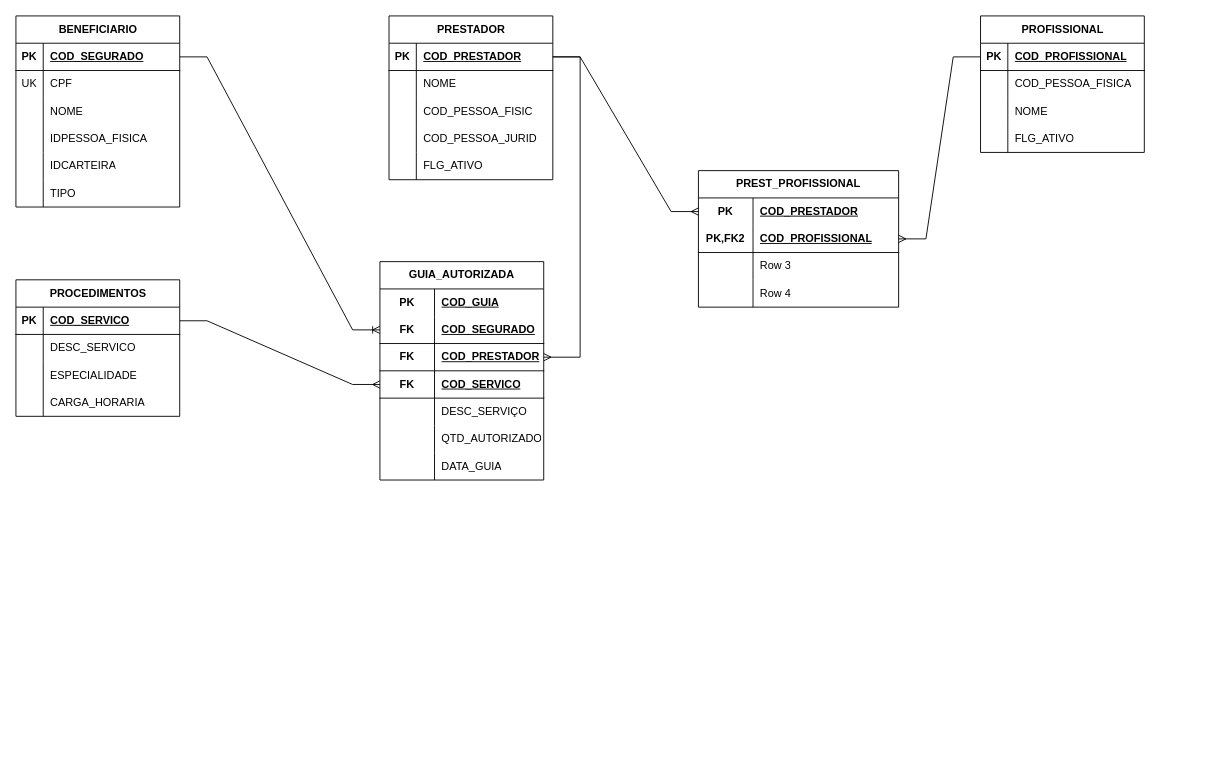
The draw.io diagram APP-TEA02.drawio in hugocesar975/Todos, before the edit. Source tidied: cells renumbered, new cells numbered last; positions are measured from the earlier drawing's top-left corner, leaving out a move shared by most shapes. Both pictures are drawn from the tidied source at 91%, with x=0, y=0 at pixel (15, 15).
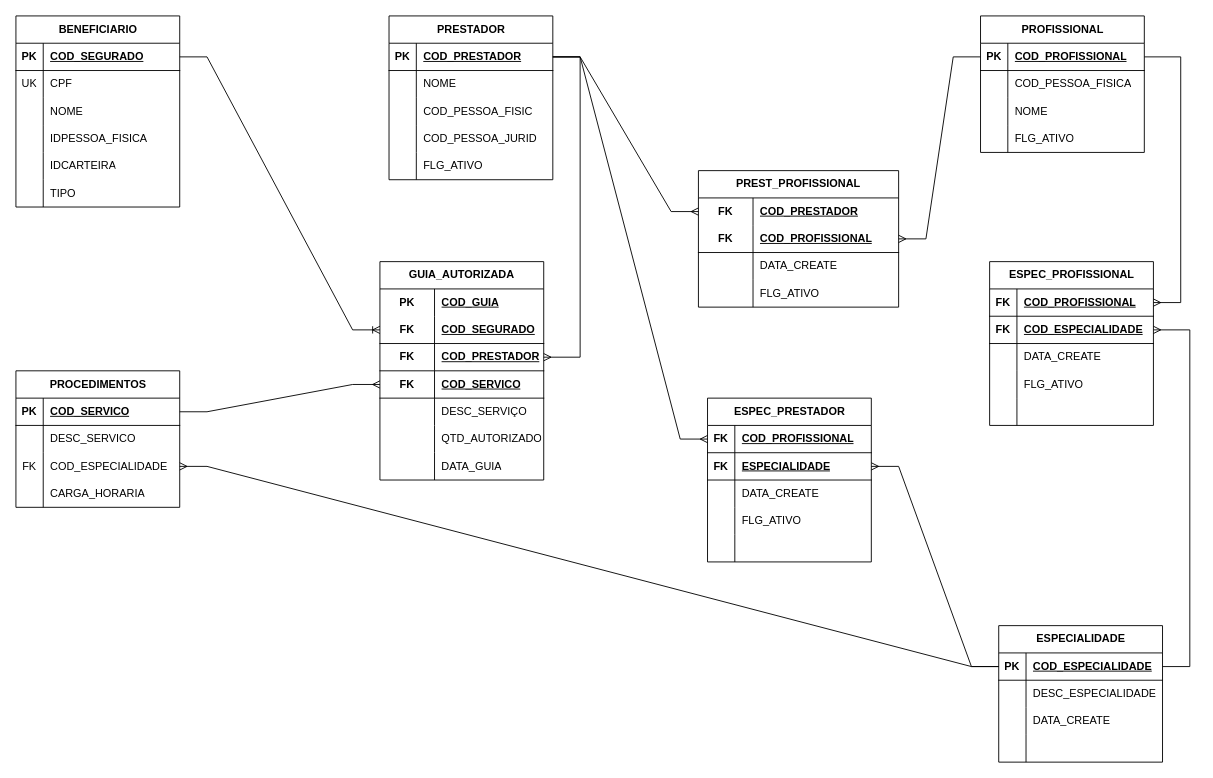
The same page after the edit.

The change refers to these unchanged cells:
```xml
<mxCell id="45" style="shape=tableRow;horizontal=0;startSize=0;swimlaneHead=0;swimlaneBody=0;fillColor=none;points=[[0,0.5],[1,0.5]];portConstraint=eastwest;top=0;left=0;right=0;bottom=1;" parent="44" vertex="1">
  <mxGeometry y="30" width="180" height="30" as="geometry" />
</mxCell>
<mxCell id="61" style="shape=tableRow;horizontal=0;startSize=0;swimlaneHead=0;swimlaneBody=0;fillColor=none;points=[[0,0.5],[1,0.5]];portConstraint=eastwest;top=0;left=0;right=0;bottom=1;" parent="60" vertex="1">
  <mxGeometry y="30" width="180" height="30" as="geometry" />
</mxCell>
<mxCell id="81" style="shape=tableRow;horizontal=0;startSize=0;swimlaneHead=0;swimlaneBody=0;fillColor=none;points=[[0,0.5],[1,0.5]];portConstraint=eastwest;top=0;left=0;right=0;bottom=0;" parent="74" vertex="1">
  <mxGeometry y="90" width="180" height="30" as="geometry" />
</mxCell>
<mxCell id="89" style="shape=tableRow;horizontal=0;startSize=0;swimlaneHead=0;swimlaneBody=0;fillColor=none;points=[[0,0.5],[1,0.5]];portConstraint=eastwest;top=0;left=0;right=0;bottom=0;html=1;" parent="88" vertex="1">
  <mxGeometry y="30" width="220" height="30" as="geometry" />
</mxCell>
<mxCell id="92" style="shape=tableRow;horizontal=0;startSize=0;swimlaneHead=0;swimlaneBody=0;fillColor=none;points=[[0,0.5],[1,0.5]];portConstraint=eastwest;top=0;left=0;right=0;bottom=1;html=1;" parent="88" vertex="1">
  <mxGeometry y="60" width="220" height="30" as="geometry" />
</mxCell>
<mxCell id="95" style="shape=tableRow;horizontal=0;startSize=0;swimlaneHead=0;swimlaneBody=0;fillColor=none;top=0;left=0;right=0;bottom=0;html=1;" parent="88" vertex="1">
  <mxGeometry y="90" width="220" height="30" as="geometry" />
</mxCell>
<mxCell id="98" style="shape=tableRow;horizontal=0;startSize=0;swimlaneHead=0;swimlaneBody=0;fillColor=none;top=0;left=0;right=0;bottom=0;html=1;" parent="88" vertex="1">
  <mxGeometry y="120" width="220" height="30" as="geometry" />
</mxCell>
```

Diff of the diagram source:
```diff
@@
+    <mxCell id="103" style="edgeStyle=entityRelationEdgeStyle;fontSize=12;html=1;endArrow=ERmany;rounded=0;" parent="1" edge="1" source="105" target="81">
+      <mxGeometry relative="1" as="geometry">
+        <Array as="points">
+          <mxPoint x="630" y="550" />
+          <mxPoint x="610" y="560" />
+        </Array>
+      </mxGeometry>
+    </mxCell>
@@
     <mxCell id="74" value="PROCEDIMENTOS" style="shape=table;startSize=30;childLayout=tableLayout;rowLines=0;fontStyle=1;align=center;html=1;" parent="1" vertex="1">
-      <mxGeometry y="290" width="180" height="150" as="geometry" />
+      <mxGeometry y="390" width="180" height="150" as="geometry" />
     </mxCell>
@@
-    <mxCell id="82" style="shape=partialRectangle;fillColor=none;top=0;left=0;bottom=0;right=0;overflow=hidden;whiteSpace=wrap;html=1;" parent="81" vertex="1">
+    <mxCell id="82" value="FK" style="shape=partialRectangle;fillColor=none;top=0;left=0;bottom=0;right=0;overflow=hidden;whiteSpace=wrap;html=1;" parent="81" vertex="1">
       <mxGeometry width="30" height="30" as="geometry" />
     </mxCell>
-    <mxCell id="83" value="ESPECIALIDADE" style="shape=partialRectangle;fillColor=none;top=0;left=0;bottom=0;right=0;align=left;spacingLeft=6;overflow=hidden;whiteSpace=wrap;html=1;" parent="81" vertex="1">
+    <mxCell id="83" value="COD_ESPECIALIDADE" style="shape=partialRectangle;fillColor=none;top=0;left=0;bottom=0;right=0;align=left;spacingLeft=6;overflow=hidden;whiteSpace=wrap;html=1;" parent="81" vertex="1">
       <mxGeometry x="30" width="150" height="30" as="geometry" />
     </mxCell>
@@
-    <mxCell id="90" value="PK" style="shape=partialRectangle;fillColor=none;top=0;left=0;bottom=0;right=0;fontStyle=1;overflow=hidden;html=1;whiteSpace=wrap;" parent="89" vertex="1">
+    <mxCell id="90" value="FK" style="shape=partialRectangle;fillColor=none;top=0;left=0;bottom=0;right=0;fontStyle=1;overflow=hidden;html=1;whiteSpace=wrap;" parent="89" vertex="1">
       <mxGeometry width="60" height="30" as="geometry" />
     </mxCell>
@@
-    <mxCell id="93" value="PK,FK2" style="shape=partialRectangle;fillColor=none;top=0;left=0;bottom=0;right=0;fontStyle=1;overflow=hidden;html=1;whiteSpace=wrap;" parent="92" vertex="1">
+    <mxCell id="93" value="FK" style="shape=partialRectangle;fillColor=none;top=0;left=0;bottom=0;right=0;fontStyle=1;overflow=hidden;html=1;whiteSpace=wrap;" parent="92" vertex="1">
       <mxGeometry width="60" height="30" as="geometry" />
     </mxCell>
@@
-    <mxCell id="97" value="Row 3" style="shape=partialRectangle;fillColor=none;top=0;left=0;bottom=0;right=0;align=left;spacingLeft=6;overflow=hidden;html=1;whiteSpace=wrap;" parent="95" vertex="1">
+    <mxCell id="97" value="DATA_CREATE" style="shape=partialRectangle;fillColor=none;top=0;left=0;bottom=0;right=0;align=left;spacingLeft=6;overflow=hidden;html=1;whiteSpace=wrap;" parent="95" vertex="1">
       <mxGeometry x="60" width="160" height="30" as="geometry" />
     </mxCell>
@@
-    <mxCell id="100" value="Row 4" style="shape=partialRectangle;fillColor=none;top=0;left=0;bottom=0;right=0;align=left;spacingLeft=6;overflow=hidden;html=1;whiteSpace=wrap;" parent="98" vertex="1">
+    <mxCell id="100" value="FLG_ATIVO" style="shape=partialRectangle;fillColor=none;top=0;left=0;bottom=0;right=0;align=left;spacingLeft=6;overflow=hidden;html=1;whiteSpace=wrap;" parent="98" vertex="1">
       <mxGeometry x="60" width="160" height="30" as="geometry" />
     </mxCell>
@@
+    <mxCell id="104" value="ESPECIALIDADE" style="shape=table;startSize=30;childLayout=tableLayout;rowLines=0;fontStyle=1;align=center;html=1;" parent="1" vertex="1">
+      <mxGeometry x="1080" y="670" width="180" height="150" as="geometry" />
+    </mxCell>
+    <mxCell id="105" style="shape=tableRow;horizontal=0;startSize=0;swimlaneHead=0;swimlaneBody=0;fillColor=none;points=[[0,0.5],[1,0.5]];portConstraint=eastwest;top=0;left=0;right=0;bottom=1;" parent="104" vertex="1">
+      <mxGeometry y="30" width="180" height="30" as="geometry" />
+    </mxCell>
+    <mxCell id="106" value="PK" style="shape=partialRectangle;fillColor=none;top=0;left=0;bottom=0;right=0;fontStyle=1;overflow=hidden;whiteSpace=wrap;html=1;" parent="105" vertex="1">
+      <mxGeometry width="30" height="30" as="geometry" />
+    </mxCell>
+    <mxCell id="107" value="COD_ESPECIALIDADE" style="shape=partialRectangle;fillColor=none;top=0;left=0;bottom=0;right=0;align=left;spacingLeft=6;fontStyle=5;overflow=hidden;whiteSpace=wrap;html=1;" parent="105" vertex="1">
+      <mxGeometry x="30" width="150" height="30" as="geometry" />
+    </mxCell>
+    <mxCell id="108" style="shape=tableRow;horizontal=0;startSize=0;swimlaneHead=0;swimlaneBody=0;fillColor=none;top=0;left=0;right=0;bottom=0;" parent="104" vertex="1">
+      <mxGeometry y="60" width="180" height="30" as="geometry" />
+    </mxCell>
+    <mxCell id="109" style="shape=partialRectangle;fillColor=none;top=0;left=0;bottom=0;right=0;overflow=hidden;whiteSpace=wrap;html=1;" parent="108" vertex="1">
+      <mxGeometry width="30" height="30" as="geometry" />
+    </mxCell>
+    <mxCell id="110" value="DESC_ESPECIALIDADE" style="shape=partialRectangle;fillColor=none;top=0;left=0;bottom=0;right=0;align=left;spacingLeft=6;overflow=hidden;whiteSpace=wrap;html=1;" parent="108" vertex="1">
+      <mxGeometry x="30" width="150" height="30" as="geometry" />
+    </mxCell>
+    <mxCell id="111" style="shape=tableRow;horizontal=0;startSize=0;swimlaneHead=0;swimlaneBody=0;fillColor=none;top=0;left=0;right=0;bottom=0;" parent="104" vertex="1">
+      <mxGeometry y="90" width="180" height="30" as="geometry" />
+    </mxCell>
+    <mxCell id="112" style="shape=partialRectangle;fillColor=none;top=0;left=0;bottom=0;right=0;overflow=hidden;whiteSpace=wrap;html=1;" parent="111" vertex="1">
+      <mxGeometry width="30" height="30" as="geometry" />
+    </mxCell>
+    <mxCell id="113" value="DATA_CREATE" style="shape=partialRectangle;fillColor=none;top=0;left=0;bottom=0;right=0;align=left;spacingLeft=6;overflow=hidden;whiteSpace=wrap;html=1;" parent="111" vertex="1">
+      <mxGeometry x="30" width="150" height="30" as="geometry" />
+    </mxCell>
+    <mxCell id="114" style="shape=tableRow;horizontal=0;startSize=0;swimlaneHead=0;swimlaneBody=0;fillColor=none;top=0;left=0;right=0;bottom=0;" parent="104" vertex="1">
+      <mxGeometry y="120" width="180" height="30" as="geometry" />
+    </mxCell>
+    <mxCell id="115" style="shape=partialRectangle;fillColor=none;top=0;left=0;bottom=0;right=0;overflow=hidden;whiteSpace=wrap;html=1;" parent="114" vertex="1">
+      <mxGeometry width="30" height="30" as="geometry" />
+    </mxCell>
+    <mxCell id="116" style="shape=partialRectangle;fillColor=none;top=0;left=0;bottom=0;right=0;align=left;spacingLeft=6;overflow=hidden;whiteSpace=wrap;html=1;" parent="114" vertex="1">
+      <mxGeometry x="30" width="150" height="30" as="geometry" />
+    </mxCell>
+    <mxCell id="117" value="ESPEC_PROFISSIONAL" style="shape=table;startSize=30;childLayout=tableLayout;rowLines=0;fontStyle=1;align=center;html=1;" parent="1" vertex="1">
+      <mxGeometry x="1070" y="270" width="180" height="180" as="geometry" />
+    </mxCell>
+    <mxCell id="118" style="shape=tableRow;horizontal=0;startSize=0;swimlaneHead=0;swimlaneBody=0;fillColor=none;points=[[0,0.5],[1,0.5]];portConstraint=eastwest;top=0;left=0;right=0;bottom=1;" parent="117" vertex="1">
+      <mxGeometry y="30" width="180" height="30" as="geometry" />
+    </mxCell>
+    <mxCell id="119" value="FK" style="shape=partialRectangle;fillColor=none;top=0;left=0;bottom=0;right=0;fontStyle=1;overflow=hidden;whiteSpace=wrap;html=1;" parent="118" vertex="1">
+      <mxGeometry width="30" height="30" as="geometry" />
+    </mxCell>
+    <mxCell id="120" value="COD_PROFISSIONAL" style="shape=partialRectangle;fillColor=none;top=0;left=0;bottom=0;right=0;align=left;spacingLeft=6;fontStyle=5;overflow=hidden;whiteSpace=wrap;html=1;" parent="118" vertex="1">
+      <mxGeometry x="30" width="150" height="30" as="geometry" />
+    </mxCell>
+    <mxCell id="121" style="shape=tableRow;horizontal=0;startSize=0;swimlaneHead=0;swimlaneBody=0;fillColor=none;points=[[0,0.5],[1,0.5]];portConstraint=eastwest;top=0;left=0;right=0;bottom=1;" parent="117" vertex="1">
+      <mxGeometry y="60" width="180" height="30" as="geometry" />
+    </mxCell>
+    <mxCell id="122" value="FK" style="shape=partialRectangle;fillColor=none;top=0;left=0;bottom=0;right=0;fontStyle=1;overflow=hidden;whiteSpace=wrap;html=1;" parent="121" vertex="1">
+      <mxGeometry width="30" height="30" as="geometry" />
+    </mxCell>
+    <mxCell id="123" value="COD_ESPECIALIDADE" style="shape=partialRectangle;fillColor=none;top=0;left=0;bottom=0;right=0;align=left;spacingLeft=6;fontStyle=5;overflow=hidden;whiteSpace=wrap;html=1;" parent="121" vertex="1">
+      <mxGeometry x="30" width="150" height="30" as="geometry" />
+    </mxCell>
+    <mxCell id="124" style="shape=tableRow;horizontal=0;startSize=0;swimlaneHead=0;swimlaneBody=0;fillColor=none;top=0;left=0;right=0;bottom=0;" parent="117" vertex="1">
+      <mxGeometry y="90" width="180" height="30" as="geometry" />
+    </mxCell>
+    <mxCell id="125" style="shape=partialRectangle;fillColor=none;top=0;left=0;bottom=0;right=0;overflow=hidden;whiteSpace=wrap;html=1;" parent="124" vertex="1">
+      <mxGeometry width="30" height="30" as="geometry" />
+    </mxCell>
+    <mxCell id="126" value="DATA_CREATE" style="shape=partialRectangle;fillColor=none;top=0;left=0;bottom=0;right=0;align=left;spacingLeft=6;overflow=hidden;whiteSpace=wrap;html=1;" parent="124" vertex="1">
+      <mxGeometry x="30" width="150" height="30" as="geometry" />
+    </mxCell>
+    <mxCell id="127" style="shape=tableRow;horizontal=0;startSize=0;swimlaneHead=0;swimlaneBody=0;fillColor=none;top=0;left=0;right=0;bottom=0;" parent="117" vertex="1">
+      <mxGeometry y="120" width="180" height="30" as="geometry" />
+    </mxCell>
+    <mxCell id="128" style="shape=partialRectangle;fillColor=none;top=0;left=0;bottom=0;right=0;overflow=hidden;whiteSpace=wrap;html=1;" parent="127" vertex="1">
+      <mxGeometry width="30" height="30" as="geometry" />
+    </mxCell>
+    <mxCell id="129" value="FLG_ATIVO" style="shape=partialRectangle;fillColor=none;top=0;left=0;bottom=0;right=0;align=left;spacingLeft=6;overflow=hidden;whiteSpace=wrap;html=1;" parent="127" vertex="1">
+      <mxGeometry x="30" width="150" height="30" as="geometry" />
+    </mxCell>
+    <mxCell id="130" style="shape=tableRow;horizontal=0;startSize=0;swimlaneHead=0;swimlaneBody=0;fillColor=none;top=0;left=0;right=0;bottom=0;" parent="117" vertex="1">
+      <mxGeometry y="150" width="180" height="30" as="geometry" />
+    </mxCell>
+    <mxCell id="131" style="shape=partialRectangle;fillColor=none;top=0;left=0;bottom=0;right=0;overflow=hidden;whiteSpace=wrap;html=1;" parent="130" vertex="1">
+      <mxGeometry width="30" height="30" as="geometry" />
+    </mxCell>
+    <mxCell id="132" style="shape=partialRectangle;fillColor=none;top=0;left=0;bottom=0;right=0;align=left;spacingLeft=6;overflow=hidden;whiteSpace=wrap;html=1;" parent="130" vertex="1">
+      <mxGeometry x="30" width="150" height="30" as="geometry" />
+    </mxCell>
+    <mxCell id="133" style="edgeStyle=entityRelationEdgeStyle;fontSize=12;html=1;endArrow=ERmany;rounded=0;exitX=1;exitY=0.5;exitDx=0;exitDy=0;" parent="1" edge="1" source="61" target="118">
+      <mxGeometry relative="1" as="geometry" />
+    </mxCell>
+    <mxCell id="134" style="edgeStyle=entityRelationEdgeStyle;fontSize=12;html=1;endArrow=ERmany;rounded=0;" parent="1" edge="1" source="105" target="121">
+      <mxGeometry relative="1" as="geometry" />
+    </mxCell>
+    <mxCell id="135" value="ESPEC_PRESTADOR" style="shape=table;startSize=30;childLayout=tableLayout;rowLines=0;fontStyle=1;align=center;html=1;" parent="1" vertex="1">
+      <mxGeometry x="760" y="420" width="180" height="180" as="geometry" />
+    </mxCell>
+    <mxCell id="136" style="shape=tableRow;horizontal=0;startSize=0;swimlaneHead=0;swimlaneBody=0;fillColor=none;points=[[0,0.5],[1,0.5]];portConstraint=eastwest;top=0;left=0;right=0;bottom=1;" parent="135" vertex="1">
+      <mxGeometry y="30" width="180" height="30" as="geometry" />
+    </mxCell>
+    <mxCell id="137" value="FK" style="shape=partialRectangle;fillColor=none;top=0;left=0;bottom=0;right=0;fontStyle=1;overflow=hidden;whiteSpace=wrap;html=1;" parent="136" vertex="1">
+      <mxGeometry width="30" height="30" as="geometry" />
+    </mxCell>
+    <mxCell id="138" value="COD_PROFISSIONAL" style="shape=partialRectangle;fillColor=none;top=0;left=0;bottom=0;right=0;align=left;spacingLeft=6;fontStyle=5;overflow=hidden;whiteSpace=wrap;html=1;" parent="136" vertex="1">
+      <mxGeometry x="30" width="150" height="30" as="geometry" />
+    </mxCell>
+    <mxCell id="139" style="shape=tableRow;horizontal=0;startSize=0;swimlaneHead=0;swimlaneBody=0;fillColor=none;points=[[0,0.5],[1,0.5]];portConstraint=eastwest;top=0;left=0;right=0;bottom=1;" parent="135" vertex="1">
+      <mxGeometry y="60" width="180" height="30" as="geometry" />
+    </mxCell>
+    <mxCell id="140" value="FK" style="shape=partialRectangle;fillColor=none;top=0;left=0;bottom=0;right=0;fontStyle=1;overflow=hidden;whiteSpace=wrap;html=1;" parent="139" vertex="1">
+      <mxGeometry width="30" height="30" as="geometry" />
+    </mxCell>
+    <mxCell id="141" value="ESPECIALIDADE" style="shape=partialRectangle;fillColor=none;top=0;left=0;bottom=0;right=0;align=left;spacingLeft=6;fontStyle=5;overflow=hidden;whiteSpace=wrap;html=1;" parent="139" vertex="1">
+      <mxGeometry x="30" width="150" height="30" as="geometry" />
+    </mxCell>
+    <mxCell id="142" style="shape=tableRow;horizontal=0;startSize=0;swimlaneHead=0;swimlaneBody=0;fillColor=none;top=0;left=0;right=0;bottom=0;" parent="135" vertex="1">
+      <mxGeometry y="90" width="180" height="30" as="geometry" />
+    </mxCell>
+    <mxCell id="143" style="shape=partialRectangle;fillColor=none;top=0;left=0;bottom=0;right=0;overflow=hidden;whiteSpace=wrap;html=1;" parent="142" vertex="1">
+      <mxGeometry width="30" height="30" as="geometry" />
+    </mxCell>
+    <mxCell id="144" value="DATA_CREATE" style="shape=partialRectangle;fillColor=none;top=0;left=0;bottom=0;right=0;align=left;spacingLeft=6;overflow=hidden;whiteSpace=wrap;html=1;" parent="142" vertex="1">
+      <mxGeometry x="30" width="150" height="30" as="geometry" />
+    </mxCell>
+    <mxCell id="145" style="shape=tableRow;horizontal=0;startSize=0;swimlaneHead=0;swimlaneBody=0;fillColor=none;top=0;left=0;right=0;bottom=0;" parent="135" vertex="1">
+      <mxGeometry y="120" width="180" height="30" as="geometry" />
+    </mxCell>
+    <mxCell id="146" style="shape=partialRectangle;fillColor=none;top=0;left=0;bottom=0;right=0;overflow=hidden;whiteSpace=wrap;html=1;" parent="145" vertex="1">
+      <mxGeometry width="30" height="30" as="geometry" />
+    </mxCell>
+    <mxCell id="147" value="FLG_ATIVO" style="shape=partialRectangle;fillColor=none;top=0;left=0;bottom=0;right=0;align=left;spacingLeft=6;overflow=hidden;whiteSpace=wrap;html=1;" parent="145" vertex="1">
+      <mxGeometry x="30" width="150" height="30" as="geometry" />
+    </mxCell>
+    <mxCell id="148" style="shape=tableRow;horizontal=0;startSize=0;swimlaneHead=0;swimlaneBody=0;fillColor=none;top=0;left=0;right=0;bottom=0;" parent="135" vertex="1">
+      <mxGeometry y="150" width="180" height="30" as="geometry" />
+    </mxCell>
+    <mxCell id="149" style="shape=partialRectangle;fillColor=none;top=0;left=0;bottom=0;right=0;overflow=hidden;whiteSpace=wrap;html=1;" parent="148" vertex="1">
+      <mxGeometry width="30" height="30" as="geometry" />
+    </mxCell>
+    <mxCell id="150" style="shape=partialRectangle;fillColor=none;top=0;left=0;bottom=0;right=0;align=left;spacingLeft=6;overflow=hidden;whiteSpace=wrap;html=1;" parent="148" vertex="1">
+      <mxGeometry x="30" width="150" height="30" as="geometry" />
+    </mxCell>
+    <mxCell id="151" style="edgeStyle=entityRelationEdgeStyle;fontSize=12;html=1;endArrow=ERmany;rounded=0;" parent="1" edge="1" source="105" target="139">
+      <mxGeometry relative="1" as="geometry" />
+    </mxCell>
+    <mxCell id="152" style="edgeStyle=entityRelationEdgeStyle;fontSize=12;html=1;endArrow=ERmany;rounded=0;entryX=0;entryY=0.5;entryDx=0;entryDy=0;" parent="1" edge="1" source="45" target="136">
+      <mxGeometry relative="1" as="geometry" />
+    </mxCell>
```
